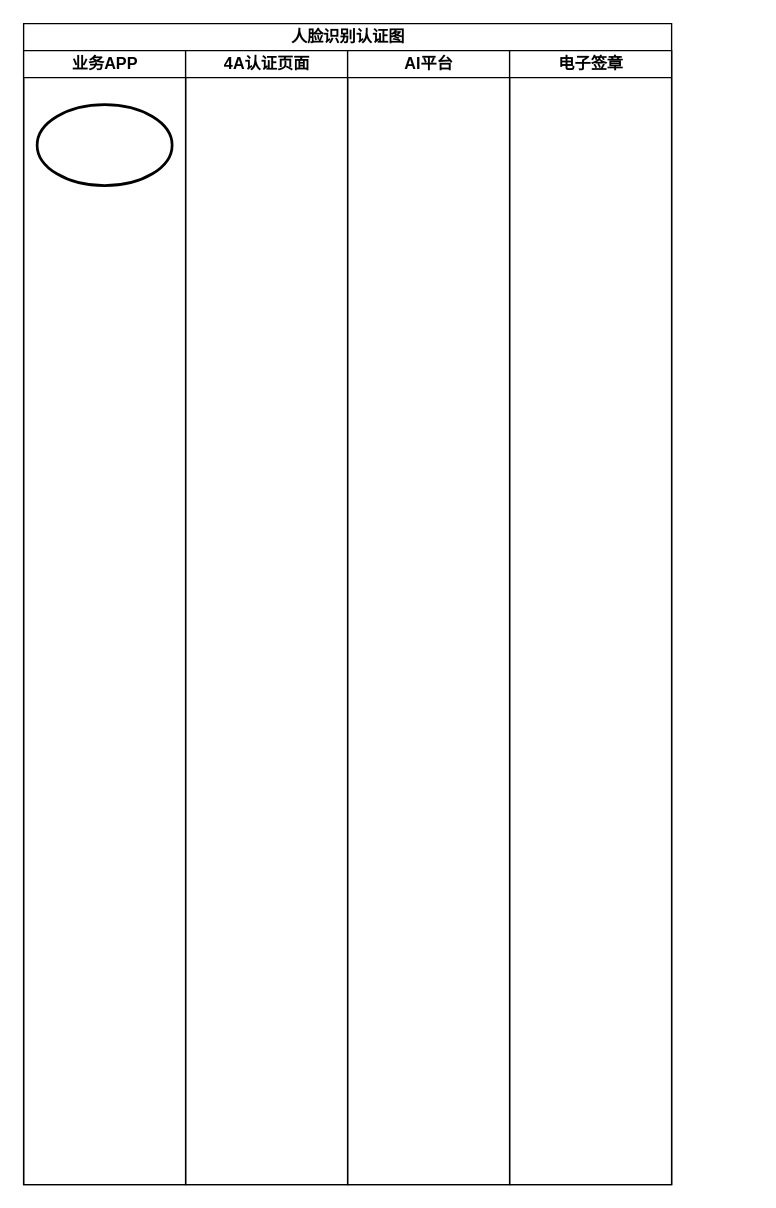
The draw.io diagram 系统功能流程图/人脸识别认证图.drawio in 158698706/tt4a, before the edit. Source tidied: cells renumbered, new cells numbered last; positions are measured from the earlier drawing's top-left corner, leaving out a move shared by most shapes. Both pictures are drawn from the tidied source at 135%, with x=0, y=0 at pixel (23, 23).
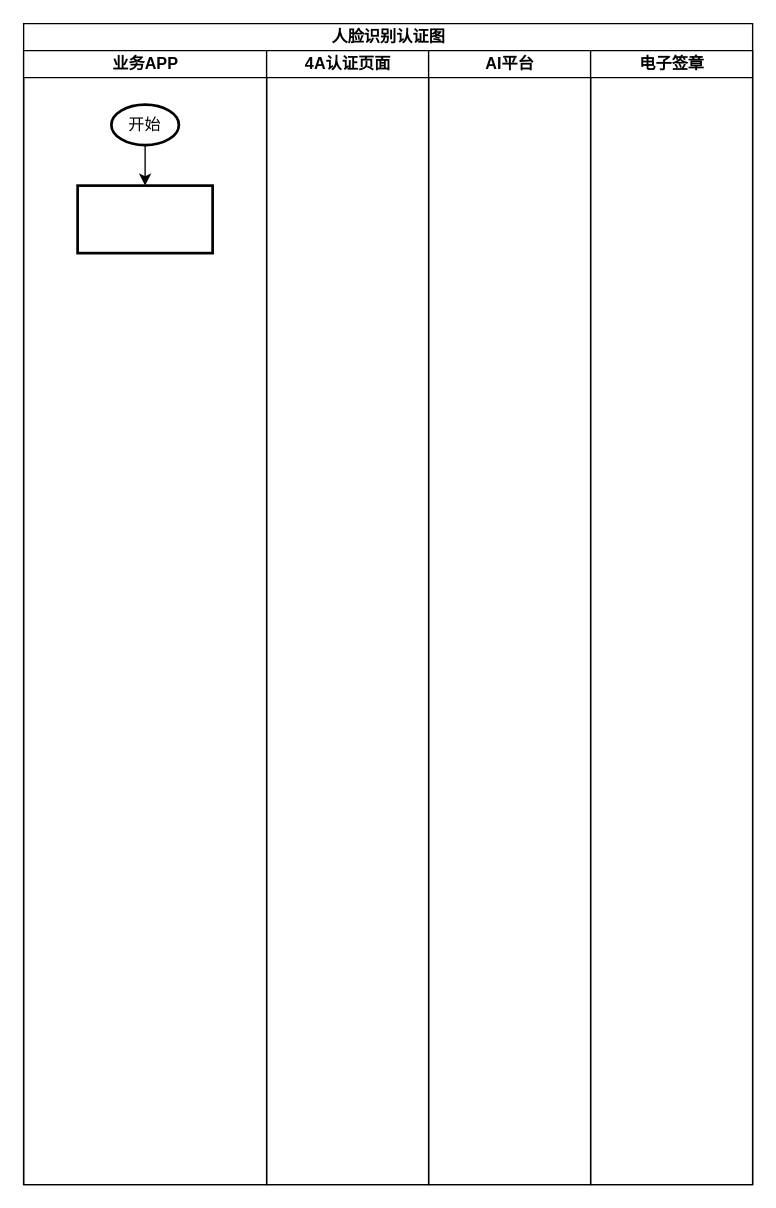
The same diagram, later.

Commit message (it also covers changes not shown here):
更新人脸识别认证图.drawio

Diff of the diagram source:
```diff
@@
 <mxGraphModel>
   <root>
     <mxCell id="0" />
     <mxCell id="1" parent="0" />
     <mxCell id="2" value="人脸识别认证图" style="swimlane;startSize=20;html=1;" parent="1" vertex="1">
-      <mxGeometry width="480" height="860" as="geometry" />
+      <mxGeometry width="540" height="860" as="geometry" />
     </mxCell>
     <mxCell id="3" value="业务APP" style="swimlane;startSize=20;html=1;" parent="2" vertex="1">
-      <mxGeometry y="20" width="120" height="840" as="geometry" />
+      <mxGeometry y="20" width="180" height="840" as="geometry" />
     </mxCell>
+    <mxCell id="8" style="edgeStyle=orthogonalEdgeStyle;rounded=0;jettySize=auto;html=1;entryX=0.5;entryY=0;entryDx=0;entryDy=0;" parent="3" edge="1" source="4" target="9">
+      <mxGeometry relative="1" as="geometry" />
+    </mxCell>
-    <mxCell id="4" style="strokeWidth=2;html=1;shape=mxgraph.flowchart.start_1;whiteSpace=wrap;" parent="3" vertex="1">
-      <mxGeometry x="10" y="40" width="100" height="60" as="geometry" />
+    <mxCell id="4" value="开始" style="strokeWidth=2;html=1;shape=mxgraph.flowchart.start_1;whiteSpace=wrap;" parent="3" vertex="1">
+      <mxGeometry x="65" y="40" width="50" height="30" as="geometry" />
     </mxCell>
+    <mxCell id="9" style="whiteSpace=wrap;html=1;strokeWidth=2;" parent="3" vertex="1">
+      <mxGeometry x="40" y="100" width="100" height="50" as="geometry" />
+    </mxCell>
     <mxCell id="5" value="4A认证页面" style="swimlane;startSize=20;html=1;" parent="2" vertex="1">
-      <mxGeometry x="120" y="20" width="120" height="840" as="geometry" />
+      <mxGeometry x="180" y="20" width="120" height="840" as="geometry" />
     </mxCell>
     <mxCell id="6" value="AI平台" style="swimlane;startSize=20;html=1;" parent="2" vertex="1">
-      <mxGeometry x="240" y="20" width="120" height="840" as="geometry" />
+      <mxGeometry x="300" y="20" width="120" height="840" as="geometry" />
     </mxCell>
     <mxCell id="7" value="电子签章" style="swimlane;startSize=20;html=1;" parent="2" vertex="1">
-      <mxGeometry x="360" y="20" width="120" height="840" as="geometry" />
+      <mxGeometry x="420" y="20" width="120" height="840" as="geometry" />
     </mxCell>
   </root>
 </mxGraphModel>
```
